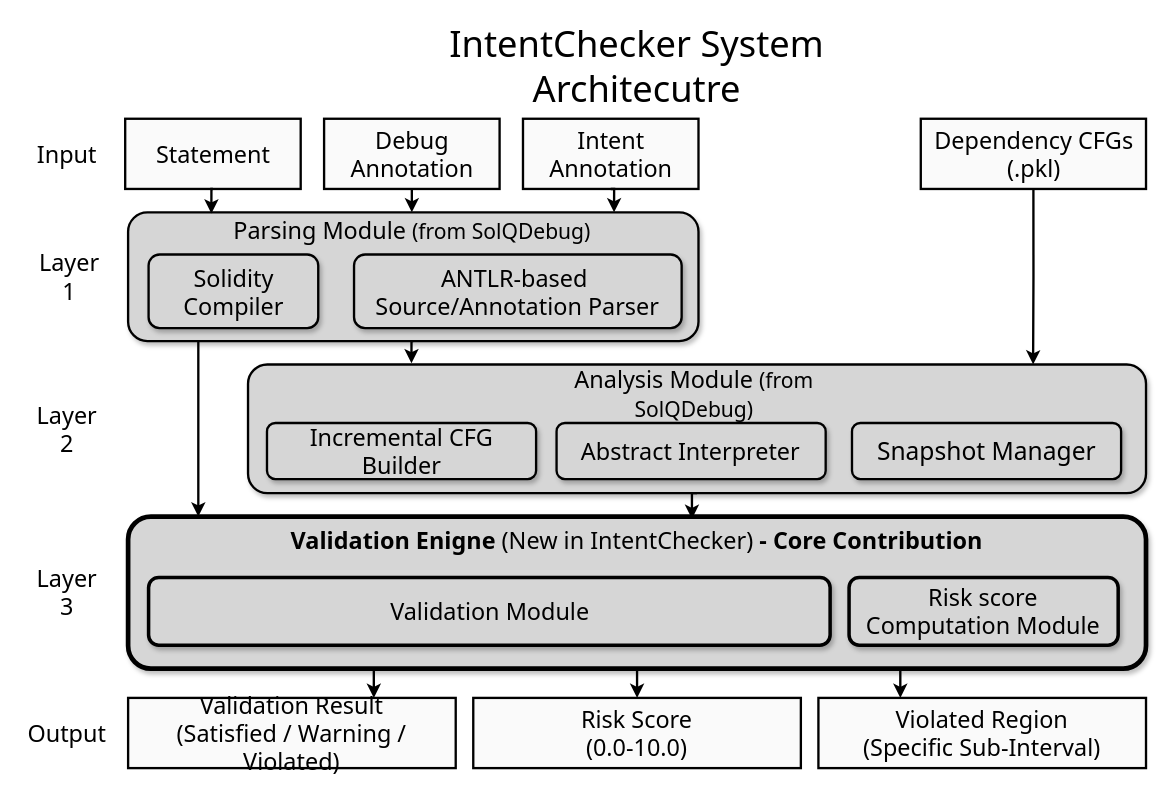
Above: paper/figure/architecture.drawio in iwwyou/IntentChecker (draw.io), before the change. Source tidied: cells renumbered, new cells numbered last; positions are measured from the earlier drawing's top-left corner, leaving out a move shared by most shapes. Both pictures are drawn from the tidied source at 117%, with x=0, y=0 at pixel (25, 48).
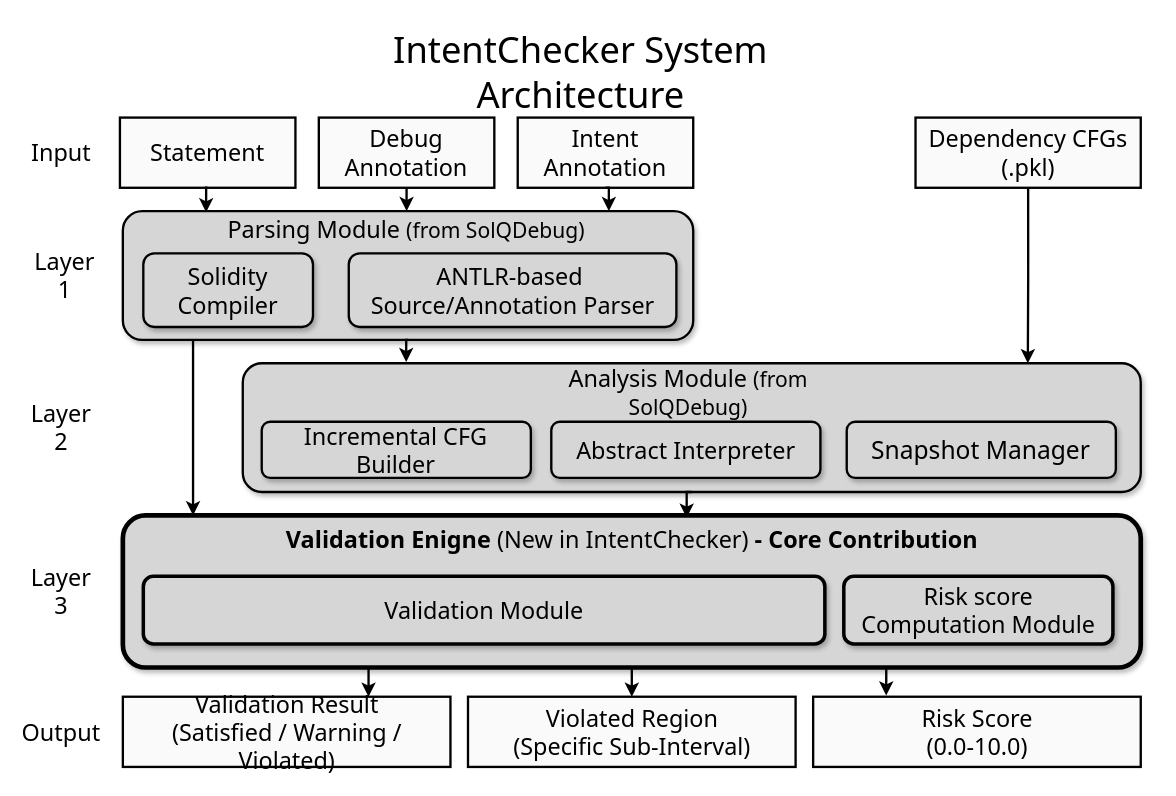
The same page after the edit.

Diff of the diagram source:
```diff
@@
-    <mxCell id="2" style="group;" parent="1" vertex="1">
-      <mxGeometry x="0.5" width="957.5" height="615" as="geometry" />
-    </mxCell>
+    <mxCell id="39" style="group;" parent="1" vertex="1">
+      <mxGeometry x="-4" y="5" width="957.5" height="609" as="geometry" />
+    </mxCell>
-    <mxCell id="3" value="Statement" style="rounded=0;whiteSpace=wrap;html=1;fontStyle=0;fontSize=20;fontFamily=Tahoma;fillColor=light-dark(#fafafa, #ededed);shadow=0;strokeColor=default;strokeWidth=2;" parent="2" vertex="1">
-      <mxGeometry x="85" y="60" width="150" height="60" as="geometry" />
+    <mxCell id="3" value="Statement" style="rounded=0;whiteSpace=wrap;html=1;fontStyle=0;fontSize=20;fontFamily=Tahoma;fillColor=light-dark(#fafafa, #ededed);shadow=0;strokeColor=default;strokeWidth=2;" parent="39" vertex="1">
+      <mxGeometry x="85" y="54" width="150" height="60" as="geometry" />
     </mxCell>
-    <mxCell id="4" value="IntentChecker System Architecutre" style="text;html=1;align=center;verticalAlign=middle;whiteSpace=wrap;rounded=0;fontSize=31;fontStyle=0;fontFamily=Tahoma;" parent="2" vertex="1">
-      <mxGeometry x="279.5" width="486" height="30" as="geometry" />
+    <mxCell id="4" value="IntentChecker System Architecture" style="text;html=1;align=center;verticalAlign=middle;whiteSpace=wrap;rounded=0;fontSize=31;fontStyle=0;fontFamily=Tahoma;" parent="39" vertex="1">
+      <mxGeometry x="235.8" width="486" height="30" as="geometry" />
     </mxCell>
-    <mxCell id="5" style="edgeStyle=orthogonalEdgeStyle;rounded=0;jettySize=auto;html=1;exitX=0.5;exitY=1;exitDx=0;exitDy=0;entryX=0.5;entryY=0;entryDx=0;entryDy=0;strokeWidth=2;" parent="2" edge="1" source="6" target="17">
+    <mxCell id="5" style="edgeStyle=orthogonalEdgeStyle;rounded=0;jettySize=auto;html=1;exitX=0.5;exitY=1;exitDx=0;exitDy=0;entryX=0.5;entryY=0;entryDx=0;entryDy=0;strokeWidth=2;" parent="39" edge="1" source="6" target="17">
       <mxGeometry relative="1" as="geometry" />
     </mxCell>
-    <mxCell id="6" value="Debug Annotation" style="rounded=0;whiteSpace=wrap;html=1;fontStyle=0;fontSize=20;fontFamily=Tahoma;fillColor=light-dark(#fafafa, #ededed);strokeWidth=2;" parent="2" vertex="1">
-      <mxGeometry x="255" y="60" width="150" height="60" as="geometry" />
+    <mxCell id="6" value="Debug Annotation" style="rounded=0;whiteSpace=wrap;html=1;fontStyle=0;fontSize=20;fontFamily=Tahoma;fillColor=light-dark(#fafafa, #ededed);strokeWidth=2;" parent="39" vertex="1">
+      <mxGeometry x="255" y="54" width="150" height="60" as="geometry" />
     </mxCell>
-    <mxCell id="7" value="Intent Annotation" style="rounded=0;whiteSpace=wrap;html=1;fontStyle=0;fontSize=20;fontFamily=Tahoma;fillColor=light-dark(#fafafa, #ededed);strokeWidth=2;" parent="2" vertex="1">
-      <mxGeometry x="425" y="60" width="150" height="60" as="geometry" />
+    <mxCell id="7" value="Intent Annotation" style="rounded=0;whiteSpace=wrap;html=1;fontStyle=0;fontSize=20;fontFamily=Tahoma;fillColor=light-dark(#fafafa, #ededed);strokeWidth=2;" parent="39" vertex="1">
+      <mxGeometry x="425" y="54" width="150" height="60" as="geometry" />
     </mxCell>
-    <mxCell id="8" value="Layer 2" style="text;html=1;align=center;verticalAlign=middle;whiteSpace=wrap;rounded=0;fontSize=20;fontStyle=0;fontFamily=Tahoma;" parent="2" vertex="1">
-      <mxGeometry y="310" width="70" height="30" as="geometry" />
+    <mxCell id="8" value="Layer 2" style="text;html=1;align=center;verticalAlign=middle;whiteSpace=wrap;rounded=0;fontSize=20;fontStyle=0;fontFamily=Tahoma;" parent="39" vertex="1">
+      <mxGeometry y="304" width="70" height="30" as="geometry" />
     </mxCell>
-    <mxCell id="9" value="Layer 1" style="text;html=1;align=center;verticalAlign=middle;whiteSpace=wrap;rounded=0;fontSize=20;fontStyle=0;fontFamily=Tahoma;" parent="2" vertex="1">
-      <mxGeometry x="2.5" y="180" width="70" height="30" as="geometry" />
+    <mxCell id="9" value="Layer 1" style="text;html=1;align=center;verticalAlign=middle;whiteSpace=wrap;rounded=0;fontSize=20;fontStyle=0;fontFamily=Tahoma;" parent="39" vertex="1">
+      <mxGeometry x="2.5" y="174" width="70" height="30" as="geometry" />
     </mxCell>
-    <mxCell id="10" value="Input" style="text;html=1;align=center;verticalAlign=middle;whiteSpace=wrap;rounded=0;fontSize=20;fontStyle=0;fontFamily=Tahoma;" parent="2" vertex="1">
-      <mxGeometry y="75" width="70" height="30" as="geometry" />
+    <mxCell id="10" value="Input" style="text;html=1;align=center;verticalAlign=middle;whiteSpace=wrap;rounded=0;fontSize=20;fontStyle=0;fontFamily=Tahoma;" parent="39" vertex="1">
+      <mxGeometry y="69" width="70" height="30" as="geometry" />
     </mxCell>
-    <mxCell id="11" value="Layer 3" style="text;html=1;align=center;verticalAlign=middle;whiteSpace=wrap;rounded=0;fontSize=20;fontStyle=0;fontFamily=Tahoma;" parent="2" vertex="1">
-      <mxGeometry y="450" width="70" height="30" as="geometry" />
+    <mxCell id="11" value="Layer 3" style="text;html=1;align=center;verticalAlign=middle;whiteSpace=wrap;rounded=0;fontSize=20;fontStyle=0;fontFamily=Tahoma;" parent="39" vertex="1">
+      <mxGeometry y="444" width="70" height="30" as="geometry" />
     </mxCell>
-    <mxCell id="12" value="Output" style="text;html=1;align=center;verticalAlign=middle;whiteSpace=wrap;rounded=0;fontSize=20;fontStyle=0;fontFamily=Tahoma;" parent="2" vertex="1">
-      <mxGeometry y="570" width="70" height="30" as="geometry" />
+    <mxCell id="12" value="Output" style="text;html=1;align=center;verticalAlign=middle;whiteSpace=wrap;rounded=0;fontSize=20;fontStyle=0;fontFamily=Tahoma;" parent="39" vertex="1">
+      <mxGeometry y="564" width="70" height="30" as="geometry" />
     </mxCell>
-    <mxCell id="13" value="Dependency CFGs&lt;div&gt;(.pkl)&lt;/div&gt;" style="rounded=0;whiteSpace=wrap;html=1;fontStyle=0;fontSize=20;fontFamily=Tahoma;fillColor=light-dark(#fafafa, #ededed);strokeWidth=2;" parent="2" vertex="1">
-      <mxGeometry x="765" y="60" width="192.5" height="60" as="geometry" />
+    <mxCell id="13" value="Dependency CFGs&lt;div&gt;(.pkl)&lt;/div&gt;" style="rounded=0;whiteSpace=wrap;html=1;fontStyle=0;fontSize=20;fontFamily=Tahoma;fillColor=light-dark(#fafafa, #ededed);strokeWidth=2;" parent="39" vertex="1">
+      <mxGeometry x="765" y="54" width="192.5" height="60" as="geometry" />
     </mxCell>
-    <mxCell id="14" style="rounded=1;whiteSpace=wrap;html=1;fontStyle=0;fontSize=17;fontFamily=Tahoma;fillColor=light-dark(#d6d6d6, #ededed);shadow=1;strokeColor=default;strokeWidth=2;" parent="2" vertex="1">
-      <mxGeometry x="87.5" y="140" width="487.5" height="110" as="geometry" />
+    <mxCell id="14" style="rounded=1;whiteSpace=wrap;html=1;fontStyle=0;fontSize=17;fontFamily=Tahoma;fillColor=light-dark(#d6d6d6, #ededed);shadow=1;strokeColor=default;strokeWidth=2;" parent="39" vertex="1">
+      <mxGeometry x="87.5" y="134" width="487.5" height="110" as="geometry" />
     </mxCell>
-    <mxCell id="15" value="ANTLR-based&amp;nbsp;&lt;div&gt;Source/Annotation Parser&lt;/div&gt;" style="rounded=1;whiteSpace=wrap;html=1;fontFamily=Tahoma;fontSize=20;fillColor=light-dark(#d6d6d6, #ededed);strokeWidth=2;shadow=1;" parent="2" vertex="1">
-      <mxGeometry x="280.6" y="176" width="280" height="63" as="geometry" />
+    <mxCell id="15" value="ANTLR-based&amp;nbsp;&lt;div&gt;Source/Annotation Parser&lt;/div&gt;" style="rounded=1;whiteSpace=wrap;html=1;fontFamily=Tahoma;fontSize=20;fillColor=light-dark(#d6d6d6, #ededed);strokeWidth=2;shadow=1;" parent="39" vertex="1">
+      <mxGeometry x="280.6" y="170" width="280" height="63" as="geometry" />
     </mxCell>
-    <mxCell id="16" value="Solidity Compiler" style="rounded=1;whiteSpace=wrap;html=1;fontFamily=Tahoma;fontSize=20;fillColor=light-dark(#d6d6d6, #ededed);strokeWidth=2;glass=0;shadow=1;" parent="2" vertex="1">
-      <mxGeometry x="105" y="176" width="145" height="63" as="geometry" />
+    <mxCell id="16" value="Solidity Compiler" style="rounded=1;whiteSpace=wrap;html=1;fontFamily=Tahoma;fontSize=20;fillColor=light-dark(#d6d6d6, #ededed);strokeWidth=2;glass=0;shadow=1;" parent="39" vertex="1">
+      <mxGeometry x="105" y="170" width="145" height="63" as="geometry" />
     </mxCell>
-    <mxCell id="17" value="Parsing Module &lt;font style=&quot;font-size: 18px;&quot;&gt;(from SolQDebug)&lt;/font&gt;" style="text;html=1;align=center;verticalAlign=middle;whiteSpace=wrap;rounded=0;fontFamily=Tahoma;fontSize=20;" parent="2" vertex="1">
-      <mxGeometry x="175" y="140" width="310" height="30" as="geometry" />
+    <mxCell id="17" value="Parsing Module &lt;font style=&quot;font-size: 18px;&quot;&gt;(from SolQDebug)&lt;/font&gt;" style="text;html=1;align=center;verticalAlign=middle;whiteSpace=wrap;rounded=0;fontFamily=Tahoma;fontSize=20;" parent="39" vertex="1">
+      <mxGeometry x="175" y="134" width="310" height="30" as="geometry" />
     </mxCell>
-    <mxCell id="18" style="rounded=1;whiteSpace=wrap;html=1;fontStyle=0;fontSize=17;fontFamily=Tahoma;fillColor=light-dark(#d6d6d6, #ededed);shadow=1;strokeColor=default;strokeWidth=2;" parent="2" vertex="1">
-      <mxGeometry x="190" y="270" width="767.5" height="110" as="geometry" />
+    <mxCell id="18" style="rounded=1;whiteSpace=wrap;html=1;fontStyle=0;fontSize=17;fontFamily=Tahoma;fillColor=light-dark(#d6d6d6, #ededed);shadow=1;strokeColor=default;strokeWidth=2;" parent="39" vertex="1">
+      <mxGeometry x="190" y="264" width="767.5" height="110" as="geometry" />
     </mxCell>
-    <mxCell id="19" value="Incremental CFG Builder" style="rounded=1;whiteSpace=wrap;html=1;fontFamily=Tahoma;fontSize=20;shadow=1;fillColor=light-dark(#d6d6d6, #ededed);strokeWidth=2;" parent="2" vertex="1">
-      <mxGeometry x="206.2" y="320" width="230" height="48" as="geometry" />
+    <mxCell id="19" value="Incremental CFG Builder" style="rounded=1;whiteSpace=wrap;html=1;fontFamily=Tahoma;fontSize=20;shadow=1;fillColor=light-dark(#d6d6d6, #ededed);strokeWidth=2;" parent="39" vertex="1">
+      <mxGeometry x="206.2" y="314" width="230" height="48" as="geometry" />
     </mxCell>
-    <mxCell id="20" value="Abstract Interpreter" style="rounded=1;whiteSpace=wrap;html=1;fontFamily=Tahoma;fontSize=20;shadow=1;fillColor=light-dark(#d6d6d6, #ededed);strokeWidth=2;" parent="2" vertex="1">
-      <mxGeometry x="453.7" y="320" width="230" height="48" as="geometry" />
+    <mxCell id="20" value="Abstract Interpreter" style="rounded=1;whiteSpace=wrap;html=1;fontFamily=Tahoma;fontSize=20;shadow=1;fillColor=light-dark(#d6d6d6, #ededed);strokeWidth=2;" parent="39" vertex="1">
+      <mxGeometry x="453.7" y="314" width="230" height="48" as="geometry" />
     </mxCell>
-    <mxCell id="21" value="Snapshot Manager" style="rounded=1;whiteSpace=wrap;html=1;fontFamily=Tahoma;fontSize=21;shadow=1;fillColor=light-dark(#d6d6d6, #ededed);strokeWidth=2;" parent="2" vertex="1">
-      <mxGeometry x="706.2" y="320" width="230" height="48" as="geometry" />
+    <mxCell id="21" value="Snapshot Manager" style="rounded=1;whiteSpace=wrap;html=1;fontFamily=Tahoma;fontSize=21;shadow=1;fillColor=light-dark(#d6d6d6, #ededed);strokeWidth=2;" parent="39" vertex="1">
+      <mxGeometry x="706.2" y="314" width="230" height="48" as="geometry" />
     </mxCell>
-    <mxCell id="22" style="edgeStyle=orthogonalEdgeStyle;rounded=0;jettySize=auto;html=1;exitX=0.5;exitY=1;exitDx=0;exitDy=0;entryX=0.146;entryY=0.009;entryDx=0;entryDy=0;entryPerimeter=0;strokeWidth=2;" parent="2" edge="1" source="3" target="14">
+    <mxCell id="22" style="edgeStyle=orthogonalEdgeStyle;rounded=0;jettySize=auto;html=1;exitX=0.5;exitY=1;exitDx=0;exitDy=0;entryX=0.146;entryY=0.009;entryDx=0;entryDy=0;entryPerimeter=0;strokeWidth=2;" parent="39" edge="1" source="3" target="14">
       <mxGeometry relative="1" as="geometry" />
     </mxCell>
-    <mxCell id="23" style="edgeStyle=orthogonalEdgeStyle;rounded=0;jettySize=auto;html=1;exitX=0.5;exitY=1;exitDx=0;exitDy=0;entryX=0.852;entryY=0;entryDx=0;entryDy=0;entryPerimeter=0;strokeWidth=2;" parent="2" edge="1" source="7" target="14">
+    <mxCell id="23" style="edgeStyle=orthogonalEdgeStyle;rounded=0;jettySize=auto;html=1;exitX=0.5;exitY=1;exitDx=0;exitDy=0;entryX=0.852;entryY=0;entryDx=0;entryDy=0;entryPerimeter=0;strokeWidth=2;" parent="39" edge="1" source="7" target="14">
       <mxGeometry relative="1" as="geometry" />
     </mxCell>
-    <mxCell id="24" style="edgeStyle=orthogonalEdgeStyle;rounded=0;jettySize=auto;html=1;exitX=0.5;exitY=1;exitDx=0;exitDy=0;strokeWidth=2;" parent="2" edge="1" source="13">
+    <mxCell id="24" style="edgeStyle=orthogonalEdgeStyle;rounded=0;jettySize=auto;html=1;exitX=0.5;exitY=1;exitDx=0;exitDy=0;strokeWidth=2;" parent="39" edge="1" source="13">
       <mxGeometry relative="1" as="geometry">
-        <mxPoint x="861" y="270" as="targetPoint" />
+        <mxPoint x="861" y="264" as="targetPoint" />
       </mxGeometry>
     </mxCell>
-    <mxCell id="25" style="edgeStyle=orthogonalEdgeStyle;rounded=0;jettySize=auto;html=1;exitX=0.5;exitY=1;exitDx=0;exitDy=0;entryX=0.5;entryY=0;entryDx=0;entryDy=0;strokeWidth=2;" parent="2" edge="1" source="28" target="37">
-      <mxGeometry relative="1" as="geometry" />
-    </mxCell>
-    <mxCell id="26" style="edgeStyle=orthogonalEdgeStyle;rounded=0;jettySize=auto;html=1;exitX=0.25;exitY=1;exitDx=0;exitDy=0;entryX=0.75;entryY=0;entryDx=0;entryDy=0;strokeWidth=2;" parent="2" edge="1" source="28" target="36">
+    <mxCell id="26" style="edgeStyle=orthogonalEdgeStyle;rounded=0;jettySize=auto;html=1;exitX=0.25;exitY=1;exitDx=0;exitDy=0;entryX=0.75;entryY=0;entryDx=0;entryDy=0;strokeWidth=2;" parent="39" edge="1" source="28" target="36">
       <mxGeometry relative="1" as="geometry" />
     </mxCell>
-    <mxCell id="27" style="edgeStyle=orthogonalEdgeStyle;rounded=0;jettySize=auto;html=1;exitX=0.75;exitY=1;exitDx=0;exitDy=0;entryX=0.25;entryY=0;entryDx=0;entryDy=0;strokeWidth=2;" parent="2" edge="1" source="28" target="38">
+    <mxCell id="27" style="edgeStyle=orthogonalEdgeStyle;rounded=0;jettySize=auto;html=1;exitX=0.5;exitY=1;exitDx=0;exitDy=0;entryX=0.5;entryY=0;entryDx=0;entryDy=0;strokeWidth=2;" parent="39" edge="1" source="28" target="38">
       <mxGeometry relative="1" as="geometry" />
     </mxCell>
-    <mxCell id="28" style="rounded=1;whiteSpace=wrap;html=1;fontStyle=0;fontSize=17;fontFamily=Tahoma;fillColor=light-dark(#d6d6d6, #ededed);shadow=1;strokeColor=default;strokeWidth=4;" parent="2" vertex="1">
-      <mxGeometry x="87.5" y="400" width="870" height="130" as="geometry" />
+    <mxCell id="28" style="rounded=1;whiteSpace=wrap;html=1;fontStyle=0;fontSize=17;fontFamily=Tahoma;fillColor=light-dark(#d6d6d6, #ededed);shadow=1;strokeColor=default;strokeWidth=4;" parent="39" vertex="1">
+      <mxGeometry x="87.5" y="394" width="870" height="130" as="geometry" />
     </mxCell>
-    <mxCell id="29" value="Validation Enigne&lt;span style=&quot;font-weight: normal;&quot;&gt; (New in IntentChecker) &lt;/span&gt;- Core Contribution" style="text;html=1;align=center;verticalAlign=middle;whiteSpace=wrap;rounded=0;fontFamily=Tahoma;fontSize=20;fontStyle=1;" parent="2" vertex="1">
-      <mxGeometry x="172.5" y="400" width="700" height="40" as="geometry" />
+    <mxCell id="29" value="Validation Enigne&lt;span style=&quot;font-weight: normal;&quot;&gt; (New in IntentChecker) &lt;/span&gt;- Core Contribution" style="text;html=1;align=center;verticalAlign=middle;whiteSpace=wrap;rounded=0;fontFamily=Tahoma;fontSize=20;fontStyle=1;" parent="39" vertex="1">
+      <mxGeometry x="172.5" y="394" width="700" height="40" as="geometry" />
     </mxCell>
-    <mxCell id="30" value="Analysis Module &lt;font style=&quot;font-size: 18px;&quot;&gt;(from SolQDebug)&lt;/font&gt;" style="text;html=1;align=center;verticalAlign=middle;whiteSpace=wrap;rounded=0;fontFamily=Tahoma;fontSize=20;" parent="2" vertex="1">
-      <mxGeometry x="416.2" y="280" width="310" height="30" as="geometry" />
+    <mxCell id="30" value="Analysis Module &lt;font style=&quot;font-size: 18px;&quot;&gt;(from SolQDebug)&lt;/font&gt;" style="text;html=1;align=center;verticalAlign=middle;whiteSpace=wrap;rounded=0;fontFamily=Tahoma;fontSize=20;" parent="39" vertex="1">
+      <mxGeometry x="416.2" y="274" width="310" height="30" as="geometry" />
     </mxCell>
-    <mxCell id="31" value="Validation Module" style="rounded=1;whiteSpace=wrap;html=1;fontFamily=Tahoma;fontSize=20;shadow=1;fillColor=light-dark(#d6d6d6, #ededed);strokeWidth=3;" parent="2" vertex="1">
-      <mxGeometry x="105" y="452" width="582.5" height="58" as="geometry" />
+    <mxCell id="31" value="Validation Module" style="rounded=1;whiteSpace=wrap;html=1;fontFamily=Tahoma;fontSize=20;shadow=1;fillColor=light-dark(#d6d6d6, #ededed);strokeWidth=3;" parent="39" vertex="1">
+      <mxGeometry x="105" y="446" width="582.5" height="58" as="geometry" />
     </mxCell>
-    <mxCell id="32" value="Risk score&lt;div&gt;Computation Module&lt;/div&gt;" style="rounded=1;whiteSpace=wrap;html=1;fontFamily=Tahoma;fontSize=20;shadow=1;fillColor=light-dark(#d6d6d6, #ededed);strokeWidth=3;" parent="2" vertex="1">
-      <mxGeometry x="703.7" y="452" width="230" height="58" as="geometry" />
+    <mxCell id="32" value="Risk score&lt;div&gt;Computation Module&lt;/div&gt;" style="rounded=1;whiteSpace=wrap;html=1;fontFamily=Tahoma;fontSize=20;shadow=1;fillColor=light-dark(#d6d6d6, #ededed);strokeWidth=3;" parent="39" vertex="1">
+      <mxGeometry x="703.7" y="446" width="230" height="58" as="geometry" />
     </mxCell>
-    <mxCell id="33" style="edgeStyle=orthogonalEdgeStyle;rounded=0;orthogonalLoop=1;jettySize=auto;html=1;exitX=0.5;exitY=1;exitDx=0;exitDy=0;strokeWidth=2;" parent="2" edge="1">
+    <mxCell id="33" style="edgeStyle=orthogonalEdgeStyle;rounded=0;orthogonalLoop=1;jettySize=auto;html=1;exitX=0.5;exitY=1;exitDx=0;exitDy=0;strokeWidth=2;" parent="39" edge="1">
       <mxGeometry relative="1" as="geometry">
-        <mxPoint x="147.5" y="250" as="sourcePoint" />
-        <mxPoint x="147.5" y="400" as="targetPoint" />
+        <mxPoint x="147.5" y="244" as="sourcePoint" />
+        <mxPoint x="147.5" y="394" as="targetPoint" />
       </mxGeometry>
     </mxCell>
-    <mxCell id="34" style="edgeStyle=orthogonalEdgeStyle;rounded=0;jettySize=auto;html=1;exitX=0.5;exitY=1;exitDx=0;exitDy=0;entryX=0.182;entryY=-0.009;entryDx=0;entryDy=0;entryPerimeter=0;strokeWidth=2;" parent="2" edge="1" source="14" target="18">
+    <mxCell id="34" style="edgeStyle=orthogonalEdgeStyle;rounded=0;jettySize=auto;html=1;exitX=0.5;exitY=1;exitDx=0;exitDy=0;entryX=0.182;entryY=-0.009;entryDx=0;entryDy=0;entryPerimeter=0;strokeWidth=2;" parent="39" edge="1" source="14" target="18">
       <mxGeometry relative="1" as="geometry" />
     </mxCell>
-    <mxCell id="35" style="edgeStyle=orthogonalEdgeStyle;rounded=0;jettySize=auto;html=1;exitX=0.5;exitY=1;exitDx=0;exitDy=0;entryX=0.567;entryY=0.05;entryDx=0;entryDy=0;entryPerimeter=0;strokeWidth=2;" parent="2" edge="1" source="18" target="29">
+    <mxCell id="35" style="edgeStyle=orthogonalEdgeStyle;rounded=0;jettySize=auto;html=1;exitX=0.5;exitY=1;exitDx=0;exitDy=0;entryX=0.567;entryY=0.05;entryDx=0;entryDy=0;entryPerimeter=0;strokeWidth=2;" parent="39" edge="1" source="18" target="29">
       <mxGeometry relative="1" as="geometry" />
     </mxCell>
-    <mxCell id="36" value="Validation Result&lt;div&gt;(Satisfied / Warning / Violated)&lt;/div&gt;" style="rounded=0;whiteSpace=wrap;html=1;fontStyle=0;fontSize=20;fontFamily=Tahoma;fillColor=light-dark(#fafafa, #ededed);shadow=0;strokeColor=default;strokeWidth=2;" parent="2" vertex="1">
-      <mxGeometry x="87.5" y="555" width="280" height="60" as="geometry" />
+    <mxCell id="36" value="Validation Result&lt;div&gt;(Satisfied / Warning / Violated)&lt;/div&gt;" style="rounded=0;whiteSpace=wrap;html=1;fontStyle=0;fontSize=20;fontFamily=Tahoma;fillColor=light-dark(#fafafa, #ededed);shadow=0;strokeColor=default;strokeWidth=2;" parent="39" vertex="1">
+      <mxGeometry x="87.5" y="549" width="280" height="60" as="geometry" />
     </mxCell>
-    <mxCell id="37" value="Risk Score&lt;div&gt;(0.0-10.0)&lt;/div&gt;" style="rounded=0;whiteSpace=wrap;html=1;fontStyle=0;fontSize=20;fontFamily=Tahoma;fillColor=light-dark(#fafafa, #ededed);shadow=0;strokeColor=default;strokeWidth=2;" parent="2" vertex="1">
-      <mxGeometry x="382.5" y="555" width="280" height="60" as="geometry" />
+    <mxCell id="37" value="Risk Score&lt;div&gt;(0.0-10.0)&lt;/div&gt;" style="rounded=0;whiteSpace=wrap;html=1;fontStyle=0;fontSize=20;fontFamily=Tahoma;fillColor=light-dark(#fafafa, #ededed);shadow=0;strokeColor=default;strokeWidth=2;" parent="39" vertex="1">
+      <mxGeometry x="677.5" y="549" width="280" height="60" as="geometry" />
     </mxCell>
-    <mxCell id="38" value="Violated Region&lt;div&gt;(Specific Sub-Interval)&lt;/div&gt;" style="rounded=0;whiteSpace=wrap;html=1;fontStyle=0;fontSize=20;fontFamily=Tahoma;fillColor=light-dark(#fafafa, #ededed);shadow=0;strokeColor=default;strokeWidth=2;" parent="2" vertex="1">
-      <mxGeometry x="677.5" y="555" width="280" height="60" as="geometry" />
+    <mxCell id="38" value="Violated Region&lt;div&gt;(Specific Sub-Interval)&lt;/div&gt;" style="rounded=0;whiteSpace=wrap;html=1;fontStyle=0;fontSize=20;fontFamily=Tahoma;fillColor=light-dark(#fafafa, #ededed);shadow=0;strokeColor=default;strokeWidth=2;" parent="39" vertex="1">
+      <mxGeometry x="382.5" y="549" width="280" height="60" as="geometry" />
     </mxCell>
+    <mxCell id="25" style="edgeStyle=orthogonalEdgeStyle;rounded=0;jettySize=auto;html=1;exitX=0.75;exitY=1;exitDx=0;exitDy=0;entryX=0.223;entryY=-0.017;entryDx=0;entryDy=0;entryPerimeter=0;strokeWidth=2;" parent="39" edge="1" source="28" target="37">
+      <mxGeometry relative="1" as="geometry" />
+    </mxCell>
```
